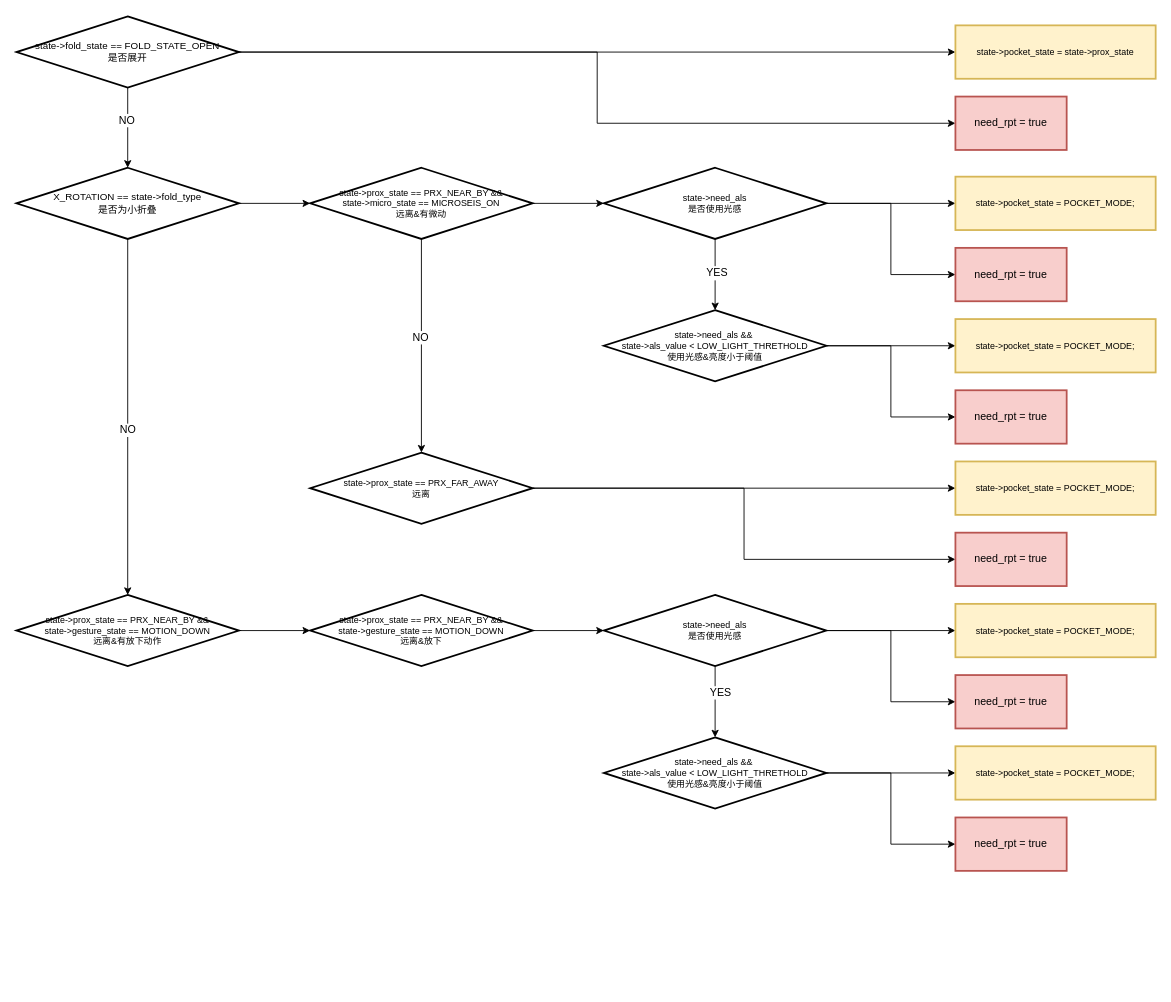
This is pocket.drawio from zhang-xixi/Document-Markdown-Chinese-Demo, a draw.io file, before an edit. Source tidied: cells renumbered, new cells numbered last; positions are measured from the earlier drawing's top-left corner, leaving out a move shared by most shapes. Both pictures are drawn from the tidied source at 89%, with x=0, y=0 at pixel (16, 16).
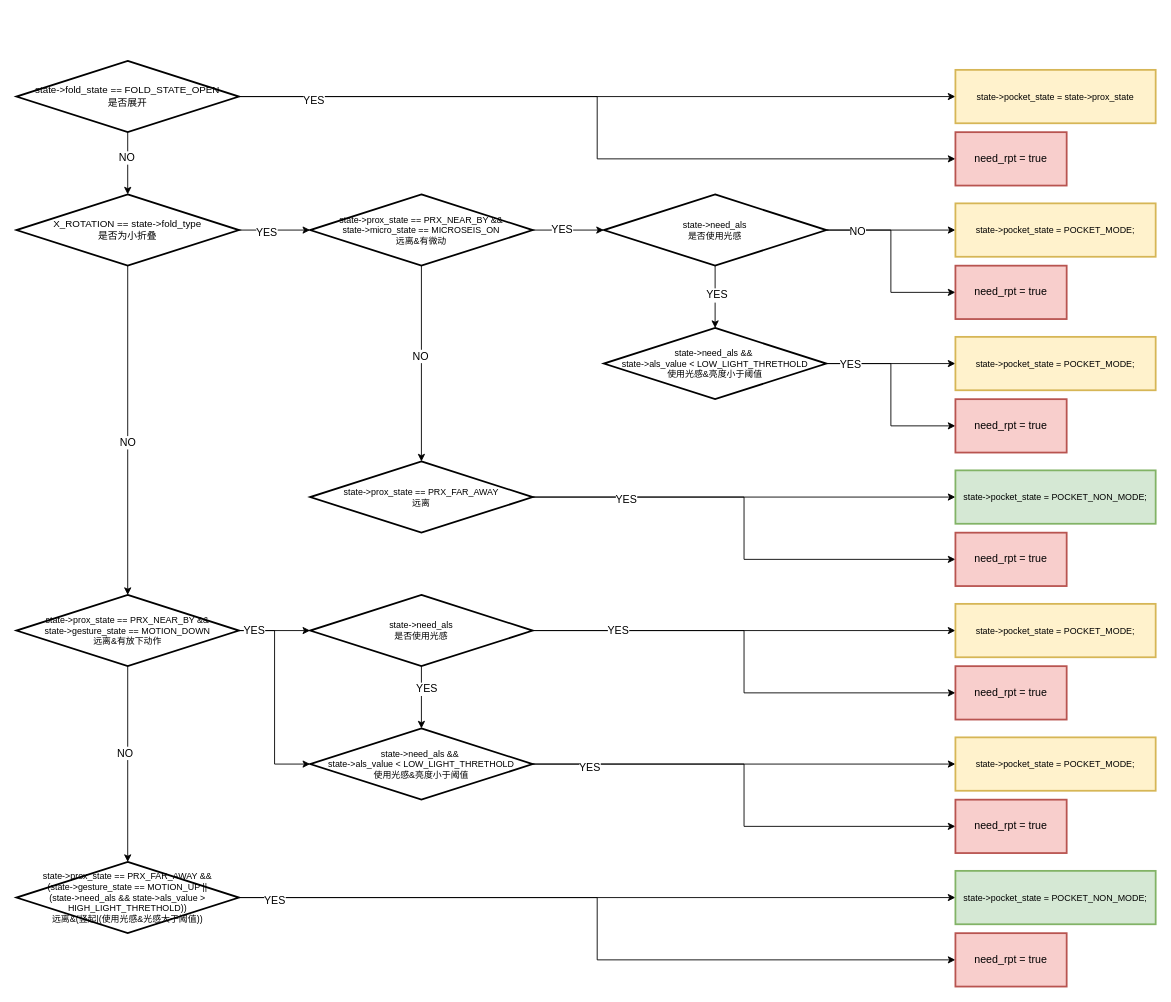
After the change.

The change refers to these unchanged cells:
```xml
<mxCell id="5" style="edgeStyle=orthogonalEdgeStyle;rounded=0;jettySize=auto;html=1;entryX=0;entryY=0.5;entryDx=0;entryDy=0;fontFamily=Helvetica;fontSize=12;fontColor=default;" parent="1" edge="1" source="6" target="31">
  <mxGeometry relative="1" as="geometry" />
</mxCell>
<mxCell id="7" style="edgeStyle=orthogonalEdgeStyle;rounded=0;jettySize=auto;html=1;" parent="1" edge="1" source="10" target="14">
  <mxGeometry relative="1" as="geometry" />
</mxCell>
<mxCell id="11" style="edgeStyle=orthogonalEdgeStyle;rounded=0;jettySize=auto;html=1;fontFamily=Helvetica;fontSize=12;fontColor=default;" parent="1" edge="1" source="14" target="22">
  <mxGeometry relative="1" as="geometry" />
</mxCell>
<mxCell id="16" value="&lt;div style=&quot;font-size: 10px;&quot;&gt;state-&amp;gt;prox_state == PRX_NEAR_BY &amp;amp;&amp;amp;&lt;/div&gt;&lt;div style=&quot;font-size: 10px;&quot;&gt;state-&amp;gt;gesture_state == MOTION_DOWN&lt;/div&gt;&lt;div style=&quot;font-size: 10px;&quot;&gt;远离&amp;amp;有放下动作&lt;/div&gt;" style="strokeWidth=2;html=1;shape=mxgraph.flowchart.decision;whiteSpace=wrap;fontSize=11;" parent="1" vertex="1">
  <mxGeometry y="650" width="250" height="80" as="geometry" />
</mxCell>
<mxCell id="18" style="edgeStyle=orthogonalEdgeStyle;rounded=0;jettySize=auto;html=1;entryX=0;entryY=0.5;entryDx=0;entryDy=0;fontFamily=Helvetica;fontSize=12;fontColor=default;" parent="1" edge="1" source="22" target="24">
  <mxGeometry relative="1" as="geometry" />
</mxCell>
<mxCell id="26" style="edgeStyle=orthogonalEdgeStyle;rounded=0;jettySize=auto;html=1;entryX=0;entryY=0.5;entryDx=0;entryDy=0;fontFamily=Helvetica;fontSize=12;fontColor=default;" parent="1" edge="1" source="27" target="29">
  <mxGeometry relative="1" as="geometry" />
</mxCell>
<mxCell id="33" style="edgeStyle=orthogonalEdgeStyle;rounded=0;jettySize=auto;html=1;entryX=0;entryY=0.5;entryDx=0;entryDy=0;fontFamily=Helvetica;fontSize=12;fontColor=default;" parent="1" edge="1" source="34" target="36">
  <mxGeometry relative="1" as="geometry" />
</mxCell>
<mxCell id="42" style="edgeStyle=orthogonalEdgeStyle;rounded=0;jettySize=auto;html=1;entryX=0;entryY=0.5;entryDx=0;entryDy=0;fontFamily=Helvetica;fontSize=12;fontColor=default;" parent="1" edge="1" source="43" target="48">
  <mxGeometry relative="1" as="geometry" />
</mxCell>
<mxCell id="45" style="edgeStyle=orthogonalEdgeStyle;rounded=0;jettySize=auto;html=1;entryX=0;entryY=0.5;entryDx=0;entryDy=0;fontFamily=Helvetica;fontSize=12;fontColor=default;" parent="1" edge="1" source="46" target="50">
  <mxGeometry relative="1" as="geometry" />
</mxCell>
```

Diff of the diagram source:
```diff
@@
+    <mxCell id="51" value="YES" style="edgeLabel;html=1;align=center;verticalAlign=middle;strokeColor=default;strokeWidth=2;fontFamily=Helvetica;fontSize=12;fontColor=default;fillColor=default;" parent="5" vertex="1">
+      <mxGeometry x="-0.81" y="-5" relative="1" as="geometry">
+        <mxPoint y="-1" as="offset" />
+      </mxGeometry>
+    </mxCell>
     <mxCell id="6" value="state-&amp;gt;fold_state == FOLD_STATE_OPEN&lt;div style=&quot;font-size: 11px;&quot;&gt;是否展开&lt;/div&gt;" style="strokeWidth=2;html=1;shape=mxgraph.flowchart.decision;whiteSpace=wrap;fontSize=11;" parent="1" vertex="1">
-      <mxGeometry width="250" height="80" as="geometry" />
+      <mxGeometry y="50" width="250" height="80" as="geometry" />
     </mxCell>
@@
+    <mxCell id="52" value="YES" style="edgeLabel;html=1;align=center;verticalAlign=middle;strokeColor=default;strokeWidth=2;fontFamily=Helvetica;fontSize=12;fontColor=default;fillColor=default;" parent="7" vertex="1">
+      <mxGeometry x="-0.26" y="-2" relative="1" as="geometry" />
+    </mxCell>
@@
     <mxCell id="10" value="X_ROTATION == state-&amp;gt;fold_type&lt;div style=&quot;font-size: 11px;&quot;&gt;是否为小折叠&lt;/div&gt;" style="strokeWidth=2;html=1;shape=mxgraph.flowchart.decision;whiteSpace=wrap;fontSize=11;" parent="1" vertex="1">
-      <mxGeometry y="170" width="250" height="80" as="geometry" />
+      <mxGeometry y="200" width="250" height="80" as="geometry" />
     </mxCell>
@@
+    <mxCell id="53" value="YES" style="edgeLabel;html=1;align=center;verticalAlign=middle;strokeColor=default;strokeWidth=2;fontFamily=Helvetica;fontSize=12;fontColor=default;fillColor=default;" parent="11" vertex="1">
+      <mxGeometry x="-0.19" y="1" relative="1" as="geometry" />
+    </mxCell>
@@
     <mxCell id="14" value="&lt;div style=&quot;font-size: 10px;&quot;&gt;&lt;font style=&quot;font-size: 10px;&quot;&gt;state-&amp;gt;prox_state == PRX_NEAR_BY &amp;amp;&amp;amp;&lt;/font&gt;&lt;/div&gt;&lt;div style=&quot;font-size: 10px;&quot;&gt;&lt;font style=&quot;font-size: 10px;&quot;&gt;state-&amp;gt;micro_state == MICROSEIS_ON&lt;/font&gt;&lt;/div&gt;&lt;div style=&quot;font-size: 10px;&quot;&gt;&lt;font style=&quot;font-size: 10px;&quot;&gt;远离&amp;amp;有微动&lt;/font&gt;&lt;/div&gt;" style="strokeWidth=2;html=1;shape=mxgraph.flowchart.decision;whiteSpace=wrap;fontSize=10;" parent="1" vertex="1">
-      <mxGeometry x="330" y="170" width="250" height="80" as="geometry" />
+      <mxGeometry x="330" y="200" width="250" height="80" as="geometry" />
     </mxCell>
-    <mxCell id="15" style="edgeStyle=orthogonalEdgeStyle;rounded=0;jettySize=auto;html=1;fontFamily=Helvetica;fontSize=12;fontColor=default;" parent="1" edge="1" source="16" target="38">
-      <mxGeometry relative="1" as="geometry" />
-    </mxCell>
+    <mxCell id="54" style="edgeStyle=orthogonalEdgeStyle;rounded=0;jettySize=auto;html=1;fontFamily=Helvetica;fontSize=12;fontColor=default;" parent="1" edge="1" source="16" target="64">
+      <mxGeometry relative="1" as="geometry" />
+    </mxCell>
+    <mxCell id="55" value="NO" style="edgeLabel;html=1;align=center;verticalAlign=middle;strokeColor=default;strokeWidth=2;fontFamily=Helvetica;fontSize=12;fontColor=default;fillColor=default;" parent="54" vertex="1">
+      <mxGeometry x="-0.11" y="-4" relative="1" as="geometry">
+        <mxPoint y="-1" as="offset" />
+      </mxGeometry>
+    </mxCell>
@@
+    <mxCell id="56" value="NO" style="edgeLabel;html=1;align=center;verticalAlign=middle;strokeColor=default;strokeWidth=2;fontFamily=Helvetica;fontSize=12;fontColor=default;fillColor=default;" parent="18" vertex="1">
+      <mxGeometry x="-0.68" y="-1" relative="1" as="geometry" />
+    </mxCell>
@@
     <mxCell id="22" value="&lt;div style=&quot;&quot;&gt;state-&amp;gt;need_als&lt;br&gt;&lt;/div&gt;&lt;div style=&quot;&quot;&gt;是否使用光感&lt;/div&gt;" style="strokeWidth=2;html=1;shape=mxgraph.flowchart.decision;whiteSpace=wrap;fontSize=10;" parent="1" vertex="1">
-      <mxGeometry x="660" y="170" width="250" height="80" as="geometry" />
+      <mxGeometry x="660" y="200" width="250" height="80" as="geometry" />
     </mxCell>
     <mxCell id="23" value="state-&amp;gt;pocket_state = POCKET_MODE;" style="whiteSpace=wrap;html=1;fontSize=10;strokeWidth=2;fillColor=#fff2cc;strokeColor=#d6b656;" parent="1" vertex="1">
-      <mxGeometry x="1055" y="180" width="225" height="60" as="geometry" />
+      <mxGeometry x="1055" y="210" width="225" height="60" as="geometry" />
     </mxCell>
     <mxCell id="24" value="need_rpt = true" style="whiteSpace=wrap;html=1;strokeColor=#b85450;strokeWidth=2;align=center;verticalAlign=middle;fontFamily=Helvetica;fontSize=12;fillColor=#f8cecc;" parent="1" vertex="1">
-      <mxGeometry x="1055" y="260" width="125" height="60" as="geometry" />
+      <mxGeometry x="1055" y="280" width="125" height="60" as="geometry" />
     </mxCell>
@@
+    <mxCell id="57" value="YES" style="edgeLabel;html=1;align=center;verticalAlign=middle;strokeColor=default;strokeWidth=2;fontFamily=Helvetica;fontSize=12;fontColor=default;fillColor=default;" parent="26" vertex="1">
+      <mxGeometry x="-0.76" y="-1" relative="1" as="geometry" />
+    </mxCell>
     <mxCell id="27" value="&lt;div style=&quot;&quot;&gt;state-&amp;gt;need_als &amp;amp;&amp;amp;&amp;nbsp;&lt;/div&gt;&lt;div style=&quot;&quot;&gt;state-&amp;gt;als_value &amp;lt; LOW_LIGHT_THRETHOLD&lt;br&gt;&lt;/div&gt;&lt;div style=&quot;&quot;&gt;使用光感&amp;amp;亮度小于阈值&lt;/div&gt;" style="strokeWidth=2;html=1;shape=mxgraph.flowchart.decision;whiteSpace=wrap;fontSize=10;" parent="1" vertex="1">
-      <mxGeometry x="660" y="330" width="250" height="80" as="geometry" />
+      <mxGeometry x="660" y="350" width="250" height="80" as="geometry" />
     </mxCell>
     <mxCell id="28" value="state-&amp;gt;pocket_state = POCKET_MODE;" style="whiteSpace=wrap;html=1;fontSize=10;strokeWidth=2;fillColor=#fff2cc;strokeColor=#d6b656;" parent="1" vertex="1">
-      <mxGeometry x="1055" y="340" width="225" height="60" as="geometry" />
+      <mxGeometry x="1055" y="360" width="225" height="60" as="geometry" />
     </mxCell>
     <mxCell id="29" value="need_rpt = true" style="whiteSpace=wrap;html=1;strokeColor=#b85450;strokeWidth=2;align=center;verticalAlign=middle;fontFamily=Helvetica;fontSize=12;fillColor=#f8cecc;" parent="1" vertex="1">
-      <mxGeometry x="1055" y="420" width="125" height="60" as="geometry" />
+      <mxGeometry x="1055" y="430" width="125" height="60" as="geometry" />
     </mxCell>
     <mxCell id="30" value="state-&amp;gt;pocket_state = state-&amp;gt;prox_state" style="whiteSpace=wrap;html=1;fontSize=10;strokeWidth=2;fillColor=#fff2cc;strokeColor=#d6b656;" parent="1" vertex="1">
-      <mxGeometry x="1055" y="10" width="225" height="60" as="geometry" />
+      <mxGeometry x="1055" y="60" width="225" height="60" as="geometry" />
     </mxCell>
     <mxCell id="31" value="need_rpt = true" style="whiteSpace=wrap;html=1;strokeColor=#b85450;strokeWidth=2;align=center;verticalAlign=middle;fontFamily=Helvetica;fontSize=12;fillColor=#f8cecc;labelBorderColor=none;labelBackgroundColor=none;" parent="1" vertex="1">
-      <mxGeometry x="1055" y="90" width="125" height="60" as="geometry" />
+      <mxGeometry x="1055" y="130" width="125" height="60" as="geometry" />
     </mxCell>
@@
+    <mxCell id="58" value="YES" style="edgeLabel;html=1;align=center;verticalAlign=middle;strokeColor=default;strokeWidth=2;fontFamily=Helvetica;fontSize=12;fontColor=default;fillColor=default;" parent="33" vertex="1">
+      <mxGeometry x="-0.62" y="-2" relative="1" as="geometry" />
+    </mxCell>
     <mxCell id="34" value="&lt;div style=&quot;&quot;&gt;state-&amp;gt;prox_state == PRX_FAR_AWAY&lt;br&gt;&lt;/div&gt;&lt;div style=&quot;font-size: 10px;&quot;&gt;&lt;font style=&quot;font-size: 10px;&quot;&gt;远离&lt;/font&gt;&lt;/div&gt;" style="strokeWidth=2;html=1;shape=mxgraph.flowchart.decision;whiteSpace=wrap;fontSize=10;" parent="1" vertex="1">
-      <mxGeometry x="330" y="490" width="250" height="80" as="geometry" />
+      <mxGeometry x="330" y="500" width="250" height="80" as="geometry" />
     </mxCell>
-    <mxCell id="35" value="state-&amp;gt;pocket_state = POCKET_MODE;" style="whiteSpace=wrap;html=1;fontSize=10;strokeWidth=2;fillColor=#fff2cc;strokeColor=#d6b656;" parent="1" vertex="1">
-      <mxGeometry x="1055" y="500" width="225" height="60" as="geometry" />
+    <mxCell id="35" value="state-&amp;gt;pocket_state = POCKET_NON_MODE;" style="whiteSpace=wrap;html=1;fontSize=10;strokeWidth=2;fillColor=#d5e8d4;strokeColor=#82b366;" parent="1" vertex="1">
+      <mxGeometry x="1055" y="510" width="225" height="60" as="geometry" />
     </mxCell>
@@
-    <mxCell id="37" style="edgeStyle=orthogonalEdgeStyle;rounded=0;jettySize=auto;html=1;fontFamily=Helvetica;fontSize=12;fontColor=default;" parent="1" edge="1" source="38" target="43">
-      <mxGeometry relative="1" as="geometry" />
-    </mxCell>
-    <mxCell id="38" value="&lt;div style=&quot;font-size: 10px;&quot;&gt;&lt;div style=&quot;font-size: 10px;&quot;&gt;state-&amp;gt;prox_state == PRX_NEAR_BY &amp;amp;&amp;amp;&lt;/div&gt;&lt;div style=&quot;font-size: 10px;&quot;&gt;state-&amp;gt;gesture_state == MOTION_DOWN&lt;/div&gt;&lt;div style=&quot;font-size: 10px;&quot;&gt;远离&amp;amp;放下&lt;/div&gt;&lt;/div&gt;" style="strokeWidth=2;html=1;shape=mxgraph.flowchart.decision;whiteSpace=wrap;fontSize=10;" parent="1" vertex="1">
-      <mxGeometry x="330" y="650" width="250" height="80" as="geometry" />
-    </mxCell>
@@
+    <mxCell id="59" value="YES" style="edgeLabel;html=1;align=center;verticalAlign=middle;strokeColor=default;strokeWidth=2;fontFamily=Helvetica;fontSize=12;fontColor=default;fillColor=default;" parent="42" vertex="1">
+      <mxGeometry x="-0.65" relative="1" as="geometry">
+        <mxPoint y="-1" as="offset" />
+      </mxGeometry>
+    </mxCell>
     <mxCell id="43" value="&lt;div style=&quot;&quot;&gt;&lt;div style=&quot;&quot;&gt;state-&amp;gt;need_als&lt;br&gt;&lt;/div&gt;&lt;div style=&quot;&quot;&gt;是否使用光感&lt;/div&gt;&lt;/div&gt;" style="strokeWidth=2;html=1;shape=mxgraph.flowchart.decision;whiteSpace=wrap;fontSize=10;" parent="1" vertex="1">
-      <mxGeometry x="660" y="650" width="250" height="80" as="geometry" />
+      <mxGeometry x="330" y="650" width="250" height="80" as="geometry" />
     </mxCell>
@@
+    <mxCell id="60" value="YES" style="edgeLabel;html=1;align=center;verticalAlign=middle;strokeColor=default;strokeWidth=2;fontFamily=Helvetica;fontSize=12;fontColor=default;fillColor=default;" parent="45" vertex="1">
+      <mxGeometry x="-0.77" y="-3" relative="1" as="geometry" />
+    </mxCell>
     <mxCell id="46" value="&lt;div style=&quot;&quot;&gt;state-&amp;gt;need_als &amp;amp;&amp;amp;&amp;nbsp;&lt;/div&gt;&lt;div style=&quot;&quot;&gt;state-&amp;gt;als_value &amp;lt; LOW_LIGHT_THRETHOLD&lt;br&gt;&lt;/div&gt;&lt;div style=&quot;&quot;&gt;使用光感&amp;amp;亮度小于阈值&lt;/div&gt;" style="strokeWidth=2;html=1;shape=mxgraph.flowchart.decision;whiteSpace=wrap;fontSize=10;" parent="1" vertex="1">
-      <mxGeometry x="660" y="810" width="250" height="80" as="geometry" />
+      <mxGeometry x="330" y="800" width="250" height="80" as="geometry" />
     </mxCell>
@@
     <mxCell id="48" value="need_rpt = true" style="whiteSpace=wrap;html=1;strokeColor=#b85450;strokeWidth=2;align=center;verticalAlign=middle;fontFamily=Helvetica;fontSize=12;fillColor=#f8cecc;" parent="1" vertex="1">
-      <mxGeometry x="1055" y="740" width="125" height="60" as="geometry" />
+      <mxGeometry x="1055" y="730" width="125" height="60" as="geometry" />
     </mxCell>
     <mxCell id="49" value="state-&amp;gt;pocket_state = POCKET_MODE;" style="whiteSpace=wrap;html=1;fontSize=10;strokeWidth=2;fillColor=#fff2cc;strokeColor=#d6b656;" parent="1" vertex="1">
-      <mxGeometry x="1055" y="820" width="225" height="60" as="geometry" />
+      <mxGeometry x="1055" y="810" width="225" height="60" as="geometry" />
     </mxCell>
     <mxCell id="50" value="need_rpt = true" style="whiteSpace=wrap;html=1;strokeColor=#b85450;strokeWidth=2;align=center;verticalAlign=middle;fontFamily=Helvetica;fontSize=12;fillColor=#f8cecc;" parent="1" vertex="1">
-      <mxGeometry x="1055" y="900" width="125" height="60" as="geometry" />
+      <mxGeometry x="1055" y="880" width="125" height="60" as="geometry" />
     </mxCell>
+    <mxCell id="61" style="edgeStyle=orthogonalEdgeStyle;rounded=0;jettySize=auto;html=1;entryX=0;entryY=0.5;entryDx=0;entryDy=0;fontFamily=Helvetica;fontSize=12;fontColor=default;" parent="1" edge="1" source="64" target="65">
+      <mxGeometry relative="1" as="geometry" />
+    </mxCell>
+    <mxCell id="62" style="edgeStyle=orthogonalEdgeStyle;rounded=0;jettySize=auto;html=1;entryX=0;entryY=0.5;entryDx=0;entryDy=0;fontFamily=Helvetica;fontSize=12;fontColor=default;" parent="1" edge="1" source="64" target="66">
+      <mxGeometry relative="1" as="geometry" />
+    </mxCell>
+    <mxCell id="63" value="YES" style="edgeLabel;html=1;align=center;verticalAlign=middle;strokeColor=default;strokeWidth=2;fontFamily=Helvetica;fontSize=12;fontColor=default;fillColor=default;" parent="62" vertex="1">
+      <mxGeometry x="-0.91" y="-3" relative="1" as="geometry" />
+    </mxCell>
+    <mxCell id="64" value="&lt;div style=&quot;font-size: 10px;&quot;&gt;&lt;div style=&quot;font-size: 10px;&quot;&gt;&lt;div&gt;state-&amp;gt;prox_state == PRX_FAR_AWAY &amp;amp;&amp;amp;&lt;/div&gt;&lt;div&gt;(state-&amp;gt;gesture_state == MOTION_UP ||&lt;/div&gt;&lt;div&gt;(state-&amp;gt;need_als &amp;amp;&amp;amp; state-&amp;gt;als_value &amp;gt; HIGH_LIGHT_THRETHOLD))&lt;/div&gt;&lt;div&gt;远离&amp;amp;(竖起|(使用光感&amp;amp;光感大于阈值&lt;span style=&quot;background-color: initial;&quot;&gt;))&lt;/span&gt;&lt;/div&gt;&lt;/div&gt;&lt;/div&gt;" style="strokeWidth=2;html=1;shape=mxgraph.flowchart.decision;whiteSpace=wrap;fontSize=10;" parent="1" vertex="1">
+      <mxGeometry y="950" width="250" height="80" as="geometry" />
+    </mxCell>
+    <mxCell id="65" value="state-&amp;gt;pocket_state = POCKET_NON_MODE;" style="whiteSpace=wrap;html=1;fontSize=10;strokeWidth=2;fillColor=#d5e8d4;strokeColor=#82b366;" parent="1" vertex="1">
+      <mxGeometry x="1055" y="960" width="225" height="60" as="geometry" />
+    </mxCell>
+    <mxCell id="66" value="need_rpt = true" style="whiteSpace=wrap;html=1;strokeColor=#b85450;strokeWidth=2;align=center;verticalAlign=middle;fontFamily=Helvetica;fontSize=12;fillColor=#f8cecc;" parent="1" vertex="1">
+      <mxGeometry x="1055" y="1030" width="125" height="60" as="geometry" />
+    </mxCell>
+    <mxCell id="67" style="edgeStyle=orthogonalEdgeStyle;rounded=0;jettySize=auto;html=1;entryX=0;entryY=0.5;entryDx=0;entryDy=0;entryPerimeter=0;fontFamily=Helvetica;fontSize=12;fontColor=default;" parent="1" edge="1" source="16" target="43">
+      <mxGeometry relative="1" as="geometry" />
+    </mxCell>
+    <mxCell id="68" style="edgeStyle=orthogonalEdgeStyle;rounded=0;jettySize=auto;html=1;entryX=0;entryY=0.5;entryDx=0;entryDy=0;entryPerimeter=0;fontFamily=Helvetica;fontSize=12;fontColor=default;" parent="1" edge="1" source="16" target="46">
+      <mxGeometry relative="1" as="geometry" />
+    </mxCell>
+    <mxCell id="69" value="YES" style="edgeLabel;html=1;align=center;verticalAlign=middle;strokeColor=default;strokeWidth=2;fontFamily=Helvetica;fontSize=12;fontColor=default;fillColor=default;" parent="68" vertex="1">
+      <mxGeometry x="-0.86" y="1" relative="1" as="geometry" />
+    </mxCell>
```
